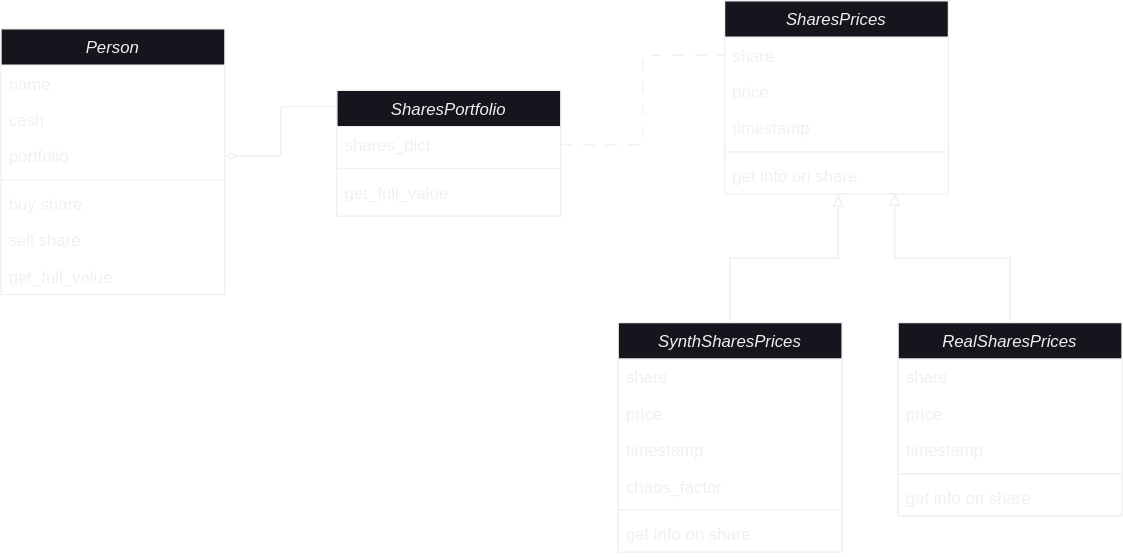
This is class_diagram.svg from pyrogn/trading-simulator, a draw.io export, as it was before one commit. Source tidied: cells renumbered, new cells last; positions are measured from the earlier drawing's top-left corner, leaving out a move shared by most shapes. Its diagram source:
```xml
<mxGraphModel>
  <root>
    <mxCell id="0" />
    <mxCell id="1" parent="0" />
    <mxCell id="2" value="Person" style="swimlane;fontStyle=2;align=center;verticalAlign=top;horizontal=1;startSize=26;rounded=0;shadow=0;strokeWidth=1;" parent="1" vertex="1">
      <mxGeometry y="20" width="160" height="190" as="geometry" />
    </mxCell>
    <mxCell id="3" value="name" style="text;align=left;verticalAlign=top;spacingLeft=4;spacingRight=4;overflow=hidden;" parent="2" vertex="1">
      <mxGeometry y="26" width="160" height="26" as="geometry" />
    </mxCell>
    <mxCell id="4" value="cash" style="text;align=left;verticalAlign=top;spacingLeft=4;spacingRight=4;overflow=hidden;rounded=0;shadow=0;html=0;" parent="2" vertex="1">
      <mxGeometry y="52" width="160" height="26" as="geometry" />
    </mxCell>
    <mxCell id="5" value="portfolio" style="text;align=left;verticalAlign=top;spacingLeft=4;spacingRight=4;overflow=hidden;points=[[0,0.5],[1,0.5]];portConstraint=eastwest;rounded=0;shadow=0;html=0;" parent="2" vertex="1">
      <mxGeometry y="78" width="160" height="26" as="geometry" />
    </mxCell>
    <mxCell id="6" style="line;html=1;strokeWidth=1;align=left;verticalAlign=middle;spacingTop=-1;spacingLeft=3;spacingRight=3;labelPosition=right;" parent="2" vertex="1">
      <mxGeometry y="104" width="160" height="8" as="geometry" />
    </mxCell>
    <mxCell id="7" value="buy share" style="text;align=left;verticalAlign=top;spacingLeft=4;spacingRight=4;overflow=hidden;" parent="2" vertex="1">
      <mxGeometry y="112" width="160" height="26" as="geometry" />
    </mxCell>
    <mxCell id="8" value="sell share" style="text;align=left;verticalAlign=top;spacingLeft=4;spacingRight=4;overflow=hidden;" parent="2" vertex="1">
      <mxGeometry y="138" width="160" height="26" as="geometry" />
    </mxCell>
    <mxCell id="9" value="get_full_value" style="text;align=left;verticalAlign=top;spacingLeft=4;spacingRight=4;overflow=hidden;" parent="2" vertex="1">
      <mxGeometry y="164" width="160" height="26" as="geometry" />
    </mxCell>
    <mxCell id="10" value="SharesPortfolio" style="swimlane;fontStyle=2;align=center;verticalAlign=top;horizontal=1;startSize=26;rounded=0;shadow=0;strokeWidth=1;" parent="1" vertex="1">
      <mxGeometry x="240" y="64" width="160" height="90" as="geometry" />
    </mxCell>
    <mxCell id="11" value="shares_dict" style="text;align=left;verticalAlign=top;spacingLeft=4;spacingRight=4;overflow=hidden;points=[[0,0.5],[1,0.5]];portConstraint=eastwest;" parent="10" vertex="1">
      <mxGeometry y="26" width="160" height="26" as="geometry" />
    </mxCell>
    <mxCell id="12" style="line;html=1;strokeWidth=1;align=left;verticalAlign=middle;spacingTop=-1;spacingLeft=3;spacingRight=3;labelPosition=right;" parent="10" vertex="1">
      <mxGeometry y="52" width="160" height="8" as="geometry" />
    </mxCell>
    <mxCell id="13" value="get_full_value" style="text;align=left;verticalAlign=top;spacingLeft=4;spacingRight=4;overflow=hidden;" parent="10" vertex="1">
      <mxGeometry y="60" width="160" height="26" as="geometry" />
    </mxCell>
    <mxCell id="14" value="SharesPrices" style="swimlane;fontStyle=2;align=center;verticalAlign=top;horizontal=1;startSize=26;rounded=0;shadow=0;strokeWidth=1;" parent="1" vertex="1">
      <mxGeometry x="517" width="160" height="138" as="geometry" />
    </mxCell>
    <mxCell id="15" value="share" style="text;align=left;verticalAlign=top;spacingLeft=4;spacingRight=4;overflow=hidden;points=[[0,0.5],[1,0.5]];portConstraint=eastwest;" parent="14" vertex="1">
      <mxGeometry y="26" width="160" height="26" as="geometry" />
    </mxCell>
    <mxCell id="16" value="price" style="text;align=left;verticalAlign=top;spacingLeft=4;spacingRight=4;overflow=hidden;rounded=0;shadow=0;html=0;" parent="14" vertex="1">
      <mxGeometry y="52" width="160" height="26" as="geometry" />
    </mxCell>
    <mxCell id="17" value="timestamp" style="text;align=left;verticalAlign=top;spacingLeft=4;spacingRight=4;overflow=hidden;rounded=0;shadow=0;html=0;" parent="14" vertex="1">
      <mxGeometry y="78" width="160" height="26" as="geometry" />
    </mxCell>
    <mxCell id="18" style="line;html=1;strokeWidth=1;align=left;verticalAlign=middle;spacingTop=-1;spacingLeft=3;spacingRight=3;labelPosition=right;" parent="14" vertex="1">
      <mxGeometry y="104" width="160" height="8" as="geometry" />
    </mxCell>
    <mxCell id="19" value="get info on share" style="text;align=left;verticalAlign=top;spacingLeft=4;spacingRight=4;overflow=hidden;points=[[0,0.5],[1,0.5]];portConstraint=eastwest;" parent="14" vertex="1">
      <mxGeometry y="112" width="160" height="26" as="geometry" />
    </mxCell>
    <mxCell id="20" style="edgeStyle=orthogonalEdgeStyle;rounded=0;jettySize=auto;html=1;entryX=-0.002;entryY=0.13;entryDx=0;entryDy=0;startArrow=diamondThin;startFill=0;endArrow=none;endFill=0;entryPerimeter=0;" parent="1" edge="1" source="5" target="10">
      <mxGeometry relative="1" as="geometry" />
    </mxCell>
    <mxCell id="21" style="edgeStyle=orthogonalEdgeStyle;rounded=0;jettySize=auto;html=1;entryX=0.76;entryY=1;entryDx=0;entryDy=0;entryPerimeter=0;endArrow=block;endFill=0;" parent="1" edge="1" source="22" target="19">
      <mxGeometry relative="1" as="geometry" />
    </mxCell>
    <mxCell id="22" value="RealSharesPrices" style="swimlane;fontStyle=2;align=center;verticalAlign=top;horizontal=1;startSize=26;rounded=0;shadow=0;strokeWidth=1;" parent="1" vertex="1">
      <mxGeometry x="641" y="230" width="160" height="138" as="geometry" />
    </mxCell>
    <mxCell id="23" value="share" style="text;align=left;verticalAlign=top;spacingLeft=4;spacingRight=4;overflow=hidden;" parent="22" vertex="1">
      <mxGeometry y="26" width="160" height="26" as="geometry" />
    </mxCell>
    <mxCell id="24" value="price" style="text;align=left;verticalAlign=top;spacingLeft=4;spacingRight=4;overflow=hidden;rounded=0;shadow=0;html=0;" parent="22" vertex="1">
      <mxGeometry y="52" width="160" height="26" as="geometry" />
    </mxCell>
    <mxCell id="25" value="timestamp" style="text;align=left;verticalAlign=top;spacingLeft=4;spacingRight=4;overflow=hidden;rounded=0;shadow=0;html=0;" parent="22" vertex="1">
      <mxGeometry y="78" width="160" height="26" as="geometry" />
    </mxCell>
    <mxCell id="26" style="line;html=1;strokeWidth=1;align=left;verticalAlign=middle;spacingTop=-1;spacingLeft=3;spacingRight=3;labelPosition=right;" parent="22" vertex="1">
      <mxGeometry y="104" width="160" height="8" as="geometry" />
    </mxCell>
    <mxCell id="27" value="get info on share" style="text;align=left;verticalAlign=top;spacingLeft=4;spacingRight=4;overflow=hidden;" parent="22" vertex="1">
      <mxGeometry y="112" width="160" height="26" as="geometry" />
    </mxCell>
    <mxCell id="28" style="edgeStyle=orthogonalEdgeStyle;rounded=0;jettySize=auto;html=1;entryX=0.508;entryY=1.026;entryDx=0;entryDy=0;entryPerimeter=0;endArrow=block;endFill=0;" parent="1" edge="1" source="29" target="19">
      <mxGeometry relative="1" as="geometry" />
    </mxCell>
    <mxCell id="29" value="SynthSharesPrices" style="swimlane;fontStyle=2;align=center;verticalAlign=top;horizontal=1;startSize=26;rounded=0;shadow=0;strokeWidth=1;" parent="1" vertex="1">
      <mxGeometry x="441" y="230" width="160" height="164" as="geometry" />
    </mxCell>
    <mxCell id="30" value="share" style="text;align=left;verticalAlign=top;spacingLeft=4;spacingRight=4;overflow=hidden;" parent="29" vertex="1">
      <mxGeometry y="26" width="160" height="26" as="geometry" />
    </mxCell>
    <mxCell id="31" value="price" style="text;align=left;verticalAlign=top;spacingLeft=4;spacingRight=4;overflow=hidden;rounded=0;shadow=0;html=0;" parent="29" vertex="1">
      <mxGeometry y="52" width="160" height="26" as="geometry" />
    </mxCell>
    <mxCell id="32" value="timestamp" style="text;align=left;verticalAlign=top;spacingLeft=4;spacingRight=4;overflow=hidden;rounded=0;shadow=0;html=0;" parent="29" vertex="1">
      <mxGeometry y="78" width="160" height="26" as="geometry" />
    </mxCell>
    <mxCell id="33" value="chaos_factor" style="text;align=left;verticalAlign=top;spacingLeft=4;spacingRight=4;overflow=hidden;rounded=0;shadow=0;html=0;" parent="29" vertex="1">
      <mxGeometry y="104" width="160" height="26" as="geometry" />
    </mxCell>
    <mxCell id="34" style="line;html=1;strokeWidth=1;align=left;verticalAlign=middle;spacingTop=-1;spacingLeft=3;spacingRight=3;labelPosition=right;" parent="29" vertex="1">
      <mxGeometry y="130" width="160" height="8" as="geometry" />
    </mxCell>
    <mxCell id="35" value="get info on share" style="text;align=left;verticalAlign=top;spacingLeft=4;spacingRight=4;overflow=hidden;" parent="29" vertex="1">
      <mxGeometry y="138" width="160" height="26" as="geometry" />
    </mxCell>
    <mxCell id="36" style="edgeStyle=orthogonalEdgeStyle;rounded=0;jettySize=auto;html=1;entryX=0;entryY=0.5;entryDx=0;entryDy=0;startArrow=none;startFill=0;endArrow=none;endFill=0;strokeWidth=1;strokeColor=default;dashed=1;dashPattern=8 8;" parent="1" edge="1" source="11" target="15">
      <mxGeometry relative="1" as="geometry" />
    </mxCell>
  </root>
</mxGraphModel>
```
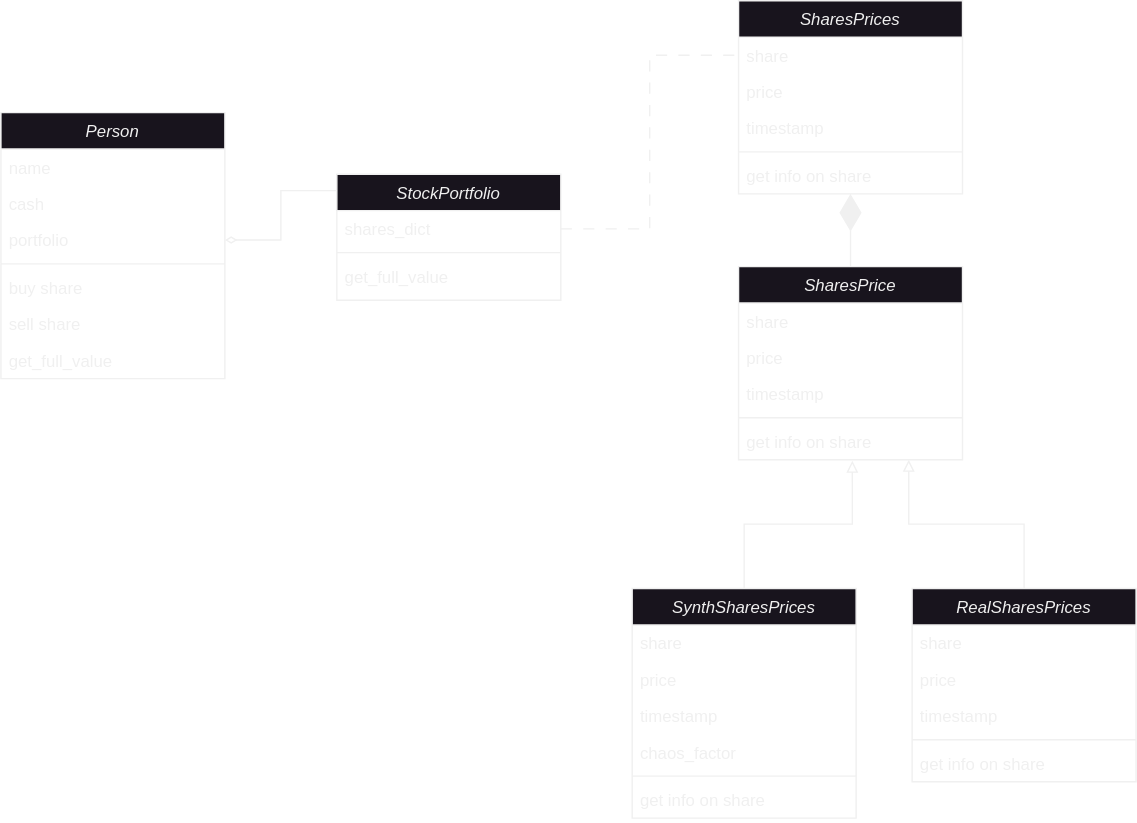
The same diagram one commit later.

Change to the diagram source:
```diff
@@ -3,7 +3,7 @@
     <mxCell id="0" />
     <mxCell id="1" parent="0" />
     <mxCell id="2" value="Person" style="swimlane;fontStyle=2;align=center;verticalAlign=top;horizontal=1;startSize=26;rounded=0;shadow=0;strokeWidth=1;" parent="1" vertex="1">
-      <mxGeometry y="20" width="160" height="190" as="geometry" />
+      <mxGeometry x="-10" y="-110" width="160" height="190" as="geometry" />
     </mxCell>
     <mxCell id="3" value="name" style="text;align=left;verticalAlign=top;spacingLeft=4;spacingRight=4;overflow=hidden;" parent="2" vertex="1">
       <mxGeometry y="26" width="160" height="26" as="geometry" />
@@ -26,8 +26,8 @@
     <mxCell id="9" value="get_full_value" style="text;align=left;verticalAlign=top;spacingLeft=4;spacingRight=4;overflow=hidden;" parent="2" vertex="1">
       <mxGeometry y="164" width="160" height="26" as="geometry" />
     </mxCell>
-    <mxCell id="10" value="SharesPortfolio" style="swimlane;fontStyle=2;align=center;verticalAlign=top;horizontal=1;startSize=26;rounded=0;shadow=0;strokeWidth=1;" parent="1" vertex="1">
-      <mxGeometry x="240" y="64" width="160" height="90" as="geometry" />
+    <mxCell id="10" value="StockPortfolio" style="swimlane;fontStyle=2;align=center;verticalAlign=top;horizontal=1;startSize=26;rounded=0;shadow=0;strokeWidth=1;" parent="1" vertex="1">
+      <mxGeometry x="230" y="-66" width="160" height="90" as="geometry" />
     </mxCell>
     <mxCell id="11" value="shares_dict" style="text;align=left;verticalAlign=top;spacingLeft=4;spacingRight=4;overflow=hidden;points=[[0,0.5],[1,0.5]];portConstraint=eastwest;" parent="10" vertex="1">
       <mxGeometry y="26" width="160" height="26" as="geometry" />
@@ -38,7 +38,7 @@
     <mxCell id="13" value="get_full_value" style="text;align=left;verticalAlign=top;spacingLeft=4;spacingRight=4;overflow=hidden;" parent="10" vertex="1">
       <mxGeometry y="60" width="160" height="26" as="geometry" />
     </mxCell>
-    <mxCell id="14" value="SharesPrices" style="swimlane;fontStyle=2;align=center;verticalAlign=top;horizontal=1;startSize=26;rounded=0;shadow=0;strokeWidth=1;" parent="1" vertex="1">
+    <mxCell id="14" value="SharesPrice" style="swimlane;fontStyle=2;align=center;verticalAlign=top;horizontal=1;startSize=26;rounded=0;shadow=0;strokeWidth=1;" parent="1" vertex="1">
       <mxGeometry x="517" width="160" height="138" as="geometry" />
     </mxCell>
     <mxCell id="15" value="share" style="text;align=left;verticalAlign=top;spacingLeft=4;spacingRight=4;overflow=hidden;points=[[0,0.5],[1,0.5]];portConstraint=eastwest;" parent="14" vertex="1">
@@ -104,8 +104,29 @@
     <mxCell id="35" value="get info on share" style="text;align=left;verticalAlign=top;spacingLeft=4;spacingRight=4;overflow=hidden;" parent="29" vertex="1">
       <mxGeometry y="138" width="160" height="26" as="geometry" />
     </mxCell>
-    <mxCell id="36" style="edgeStyle=orthogonalEdgeStyle;rounded=0;jettySize=auto;html=1;entryX=0;entryY=0.5;entryDx=0;entryDy=0;startArrow=none;startFill=0;endArrow=none;endFill=0;strokeWidth=1;strokeColor=default;dashed=1;dashPattern=8 8;" parent="1" edge="1" source="11" target="15">
+    <mxCell id="36" style="edgeStyle=orthogonalEdgeStyle;rounded=0;jettySize=auto;html=1;entryX=0;entryY=0.5;entryDx=0;entryDy=0;startArrow=none;startFill=0;endArrow=none;endFill=0;strokeWidth=1;strokeColor=default;dashed=1;dashPattern=8 8;" parent="1" edge="1" source="11" target="38">
       <mxGeometry relative="1" as="geometry" />
     </mxCell>
+    <mxCell id="37" value="SharesPrices" style="swimlane;fontStyle=2;align=center;verticalAlign=top;horizontal=1;startSize=26;rounded=0;shadow=0;strokeWidth=1;" parent="1" vertex="1">
+      <mxGeometry x="517" y="-190" width="160" height="138" as="geometry" />
+    </mxCell>
+    <mxCell id="38" value="share" style="text;align=left;verticalAlign=top;spacingLeft=4;spacingRight=4;overflow=hidden;points=[[0,0.5],[1,0.5]];portConstraint=eastwest;" parent="37" vertex="1">
+      <mxGeometry y="26" width="160" height="26" as="geometry" />
+    </mxCell>
+    <mxCell id="39" value="price" style="text;align=left;verticalAlign=top;spacingLeft=4;spacingRight=4;overflow=hidden;rounded=0;shadow=0;html=0;" parent="37" vertex="1">
+      <mxGeometry y="52" width="160" height="26" as="geometry" />
+    </mxCell>
+    <mxCell id="40" value="timestamp" style="text;align=left;verticalAlign=top;spacingLeft=4;spacingRight=4;overflow=hidden;rounded=0;shadow=0;html=0;" parent="37" vertex="1">
+      <mxGeometry y="78" width="160" height="26" as="geometry" />
+    </mxCell>
+    <mxCell id="41" style="line;html=1;strokeWidth=1;align=left;verticalAlign=middle;spacingTop=-1;spacingLeft=3;spacingRight=3;labelPosition=right;" parent="37" vertex="1">
+      <mxGeometry y="104" width="160" height="8" as="geometry" />
+    </mxCell>
+    <mxCell id="42" value="get info on share" style="text;align=left;verticalAlign=top;spacingLeft=4;spacingRight=4;overflow=hidden;points=[[0,0.5],[1,0.5]];portConstraint=eastwest;" parent="37" vertex="1">
+      <mxGeometry y="112" width="160" height="26" as="geometry" />
+    </mxCell>
+    <mxCell id="43" style="endArrow=diamondThin;endFill=1;endSize=24;html=1;rounded=0;" parent="1" edge="1" source="14" target="42">
+      <mxGeometry relative="1" as="geometry" />
+    </mxCell>
   </root>
 </mxGraphModel>
```
